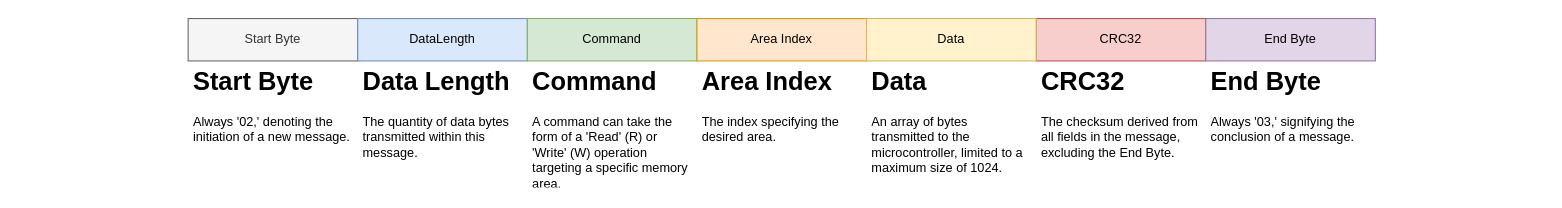
The draw.io diagram lib/TitaniumOS/Protocols/Titanium/doc/Protocol.drawio in LucasDFranchi/Titaniumv2, before the edit. Source tidied: cells renumbered, new cells numbered last; positions are measured from the earlier drawing's top-left corner, leaving out a move shared by most shapes. Both pictures are drawn from the tidied source at 106%, with x=0, y=0 at pixel (188, 18).
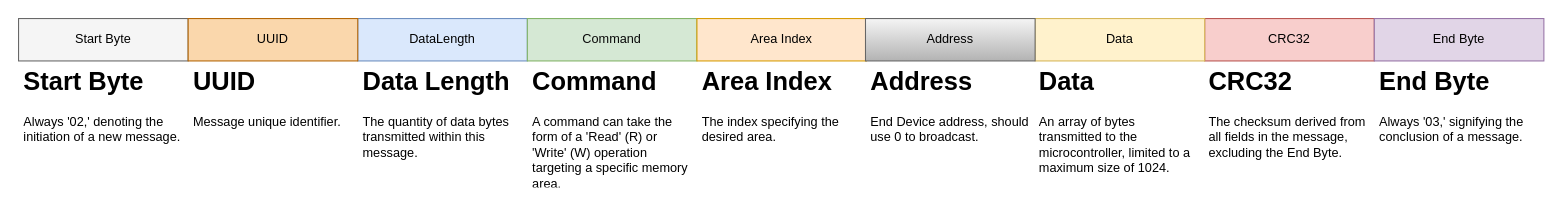
Above is the later version.

Change to the diagram source:
```diff
@@
 <mxGraphModel>
   <root>
     <mxCell id="0" />
     <mxCell id="1" parent="0" />
-    <mxCell id="2" value="Start Byte" style="rounded=0;whiteSpace=wrap;html=1;fillColor=#f5f5f5;strokeColor=#666666;fontColor=#333333;" parent="1" vertex="1">
-      <mxGeometry width="160" height="40" as="geometry" />
+    <mxCell id="2" value="Start Byte" style="rounded=0;whiteSpace=wrap;html=1;fillColor=#f5f5f5;strokeColor=#666666;fontColor=#000000;" parent="1" vertex="1">
+      <mxGeometry x="-160" width="160" height="40" as="geometry" />
     </mxCell>
-    <mxCell id="3" value="DataLength" style="rounded=0;whiteSpace=wrap;html=1;fillColor=#dae8fc;strokeColor=#6c8ebf;" parent="1" vertex="1">
+    <mxCell id="3" value="DataLength" style="rounded=0;whiteSpace=wrap;html=1;fillColor=#dae8fc;strokeColor=#6c8ebf;fontColor=#000000;" parent="1" vertex="1">
       <mxGeometry x="160" width="160" height="40" as="geometry" />
     </mxCell>
-    <mxCell id="4" value="Command" style="rounded=0;whiteSpace=wrap;html=1;fillColor=#d5e8d4;strokeColor=#82b366;" parent="1" vertex="1">
+    <mxCell id="4" value="Command" style="rounded=0;whiteSpace=wrap;html=1;fillColor=#d5e8d4;strokeColor=#82b366;fontColor=#0a0a0a;" parent="1" vertex="1">
       <mxGeometry x="320" width="160" height="40" as="geometry" />
     </mxCell>
-    <mxCell id="5" value="Area Index" style="rounded=0;whiteSpace=wrap;html=1;fillColor=#ffe6cc;strokeColor=#d79b00;" parent="1" vertex="1">
+    <mxCell id="5" value="Area Index" style="rounded=0;whiteSpace=wrap;html=1;fillColor=#ffe6cc;strokeColor=#d79b00;fontColor=#000000;" parent="1" vertex="1">
       <mxGeometry x="480" width="160" height="40" as="geometry" />
     </mxCell>
-    <mxCell id="6" value="CRC32" style="rounded=0;whiteSpace=wrap;html=1;fillColor=#f8cecc;strokeColor=#b85450;" parent="1" vertex="1">
-      <mxGeometry x="800" width="160" height="40" as="geometry" />
+    <mxCell id="6" value="CRC32" style="rounded=0;whiteSpace=wrap;html=1;fillColor=#f8cecc;strokeColor=#b85450;fontColor=#000000;" parent="1" vertex="1">
+      <mxGeometry x="959" width="160" height="40" as="geometry" />
     </mxCell>
     <mxCell id="7" value="&lt;h1&gt;Start Byte&lt;br&gt;&lt;/h1&gt;&lt;p&gt;Always '02,' denoting the initiation of a new message.&lt;/p&gt;" style="text;html=1;strokeColor=none;fillColor=none;spacing=5;spacingTop=-20;whiteSpace=wrap;overflow=hidden;rounded=0;" parent="1" vertex="1">
-      <mxGeometry y="40" width="160" height="120" as="geometry" />
+      <mxGeometry x="-160" y="40" width="160" height="120" as="geometry" />
     </mxCell>
-    <mxCell id="8" value="End Byte" style="rounded=0;whiteSpace=wrap;html=1;fillColor=#e1d5e7;strokeColor=#9673a6;" parent="1" vertex="1">
-      <mxGeometry x="960" width="160" height="40" as="geometry" />
+    <mxCell id="8" value="End Byte" style="rounded=0;whiteSpace=wrap;html=1;fillColor=#e1d5e7;strokeColor=#9673a6;fontColor=#000000;" parent="1" vertex="1">
+      <mxGeometry x="1119" width="160" height="40" as="geometry" />
     </mxCell>
     <mxCell id="9" value="&lt;h1&gt;Data Length&lt;br&gt;&lt;/h1&gt;&lt;p&gt;The quantity of data bytes transmitted within this message.&lt;/p&gt;" style="text;html=1;strokeColor=none;fillColor=none;spacing=5;spacingTop=-20;whiteSpace=wrap;overflow=hidden;rounded=0;" parent="1" vertex="1">
       <mxGeometry x="160" y="40" width="160" height="120" as="geometry" />
     </mxCell>
     <mxCell id="10" value="&lt;h1&gt;Command&lt;/h1&gt;&lt;div&gt;A command can take the form of a 'Read' (R) or 'Write' (W) operation targeting a specific memory area.&lt;/div&gt;" style="text;html=1;strokeColor=none;fillColor=none;spacing=5;spacingTop=-20;whiteSpace=wrap;overflow=hidden;rounded=0;" parent="1" vertex="1">
       <mxGeometry x="320" y="40" width="160" height="120" as="geometry" />
     </mxCell>
     <mxCell id="11" value="&lt;h1&gt;Area Index&lt;br&gt;&lt;/h1&gt;&lt;div&gt;The index specifying the desired area.&lt;br&gt;&lt;/div&gt;" style="text;html=1;strokeColor=none;fillColor=none;spacing=5;spacingTop=-20;whiteSpace=wrap;overflow=hidden;rounded=0;" parent="1" vertex="1">
       <mxGeometry x="480" y="40" width="160" height="120" as="geometry" />
     </mxCell>
-    <mxCell id="12" value="Data" style="rounded=0;whiteSpace=wrap;html=1;glass=0;shadow=0;fillColor=#fff2cc;strokeColor=#d6b656;" parent="1" vertex="1">
-      <mxGeometry x="640" width="160" height="40" as="geometry" />
+    <mxCell id="12" value="Data" style="rounded=0;whiteSpace=wrap;html=1;glass=0;shadow=0;fillColor=#fff2cc;strokeColor=#d6b656;fontColor=#000000;" parent="1" vertex="1">
+      <mxGeometry x="799" width="160" height="40" as="geometry" />
     </mxCell>
     <mxCell id="13" value="&lt;h1&gt;Data&lt;br&gt;&lt;/h1&gt;&lt;div&gt;An array of bytes transmitted to the microcontroller, limited to a maximum size of 1024.&lt;/div&gt;" style="text;html=1;strokeColor=none;fillColor=none;spacing=5;spacingTop=-20;whiteSpace=wrap;overflow=hidden;rounded=0;" parent="1" vertex="1">
-      <mxGeometry x="640" y="40" width="160" height="120" as="geometry" />
+      <mxGeometry x="798" y="40" width="160" height="120" as="geometry" />
     </mxCell>
     <mxCell id="14" value="&lt;h1&gt;CRC32&lt;br&gt;&lt;/h1&gt;The checksum derived from all fields in the message, excluding the End Byte." style="text;html=1;strokeColor=none;fillColor=none;spacing=5;spacingTop=-20;whiteSpace=wrap;overflow=hidden;rounded=0;" parent="1" vertex="1">
-      <mxGeometry x="800" y="40" width="160" height="120" as="geometry" />
+      <mxGeometry x="958" y="40" width="160" height="120" as="geometry" />
     </mxCell>
     <mxCell id="15" value="&lt;h1&gt;End Byte&lt;br&gt;&lt;/h1&gt;&lt;div&gt;Always '03,' signifying the conclusion of a message.&lt;/div&gt;" style="text;html=1;strokeColor=none;fillColor=none;spacing=5;spacingTop=-20;whiteSpace=wrap;overflow=hidden;rounded=0;" parent="1" vertex="1">
-      <mxGeometry x="960" y="40" width="160" height="120" as="geometry" />
+      <mxGeometry x="1119" y="40" width="160" height="120" as="geometry" />
     </mxCell>
+    <mxCell id="16" value="Address" style="rounded=0;whiteSpace=wrap;html=1;fillColor=#f5f5f5;gradientColor=#b3b3b3;strokeColor=#666666;fontColor=#000000;" parent="1" vertex="1">
+      <mxGeometry x="639" width="160" height="40" as="geometry" />
+    </mxCell>
+    <mxCell id="17" value="&lt;h1&gt;Address&lt;br&gt;&lt;/h1&gt;&lt;div&gt;End Device address, should use 0 to broadcast.&lt;br&gt;&lt;/div&gt;" style="text;html=1;strokeColor=none;fillColor=none;spacing=5;spacingTop=-20;whiteSpace=wrap;overflow=hidden;rounded=0;" parent="1" vertex="1">
+      <mxGeometry x="639" y="40" width="160" height="120" as="geometry" />
+    </mxCell>
+    <mxCell id="18" value="UUID" style="rounded=0;whiteSpace=wrap;html=1;fillColor=#fad7ac;strokeColor=#b46504;fontColor=#000000;" parent="1" vertex="1">
+      <mxGeometry width="160" height="40" as="geometry" />
+    </mxCell>
+    <mxCell id="19" value="&lt;h1&gt;UUID&lt;/h1&gt;&lt;p&gt;Message unique identifier.&lt;/p&gt;" style="text;html=1;strokeColor=none;fillColor=none;spacing=5;spacingTop=-20;whiteSpace=wrap;overflow=hidden;rounded=0;" parent="1" vertex="1">
+      <mxGeometry y="40" width="160" height="120" as="geometry" />
+    </mxCell>
   </root>
 </mxGraphModel>
```
